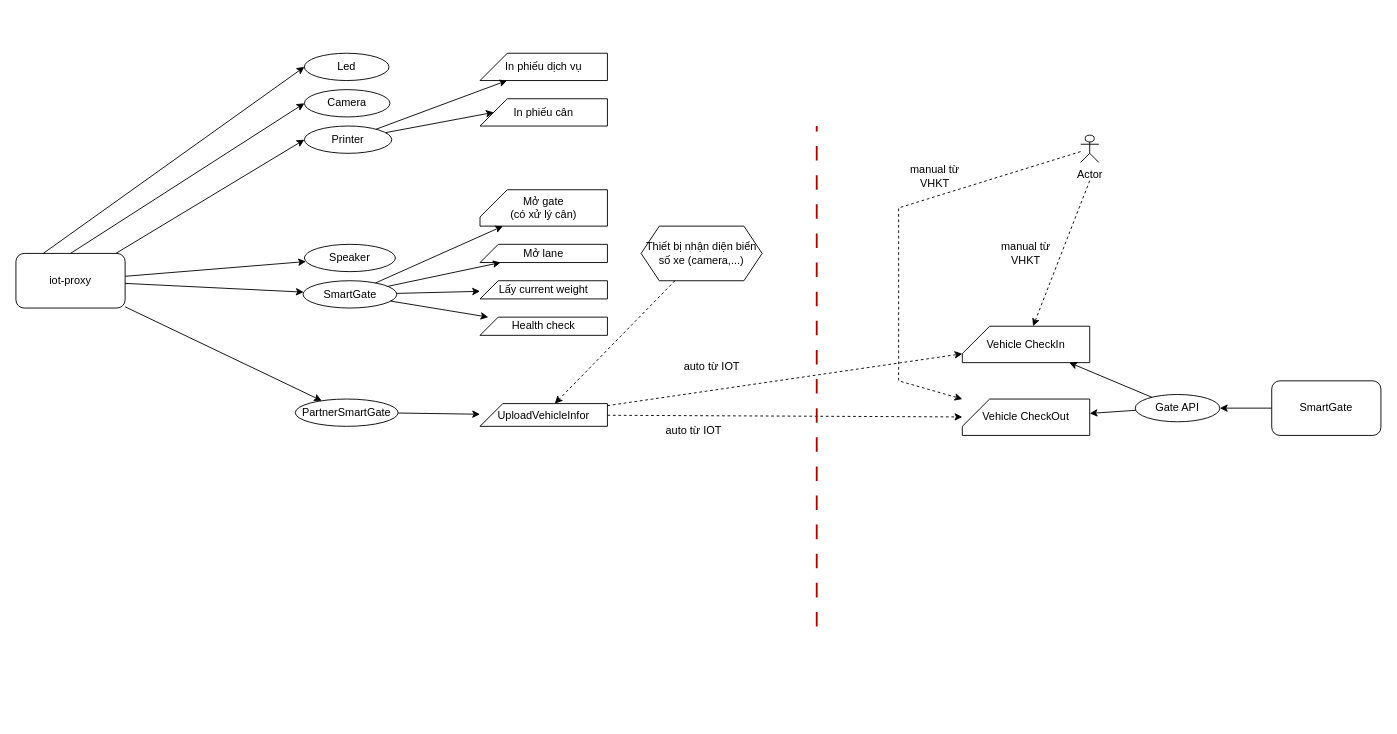
Before: SmartGate.drawio in hiep1097/drawio, a draw.io diagram. Source tidied: cells renumbered, new cells numbered last; positions are measured from the earlier drawing's top-left corner, leaving out a move shared by most shapes. Both pictures are drawn from the tidied source at 91%, with x=0, y=0 at pixel (15, 53).
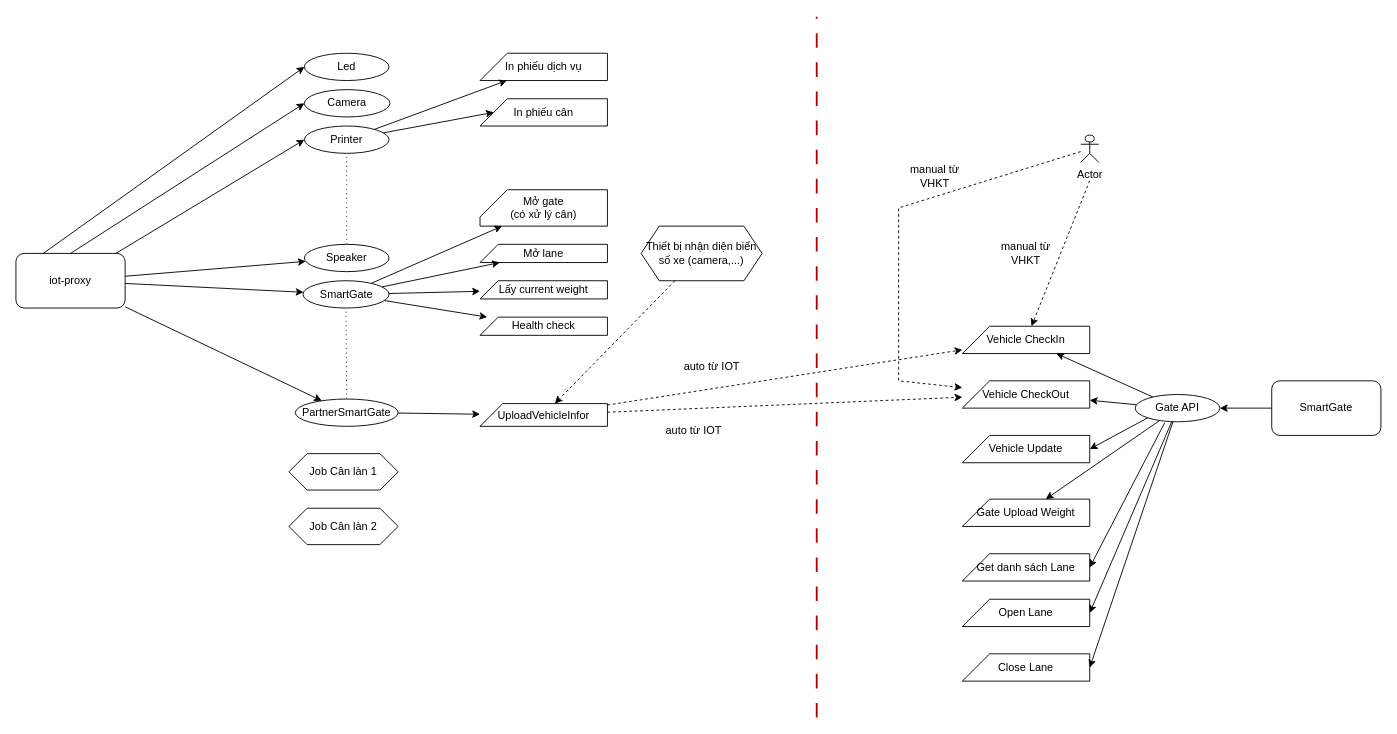
Above is the later version.

Commit message:
Cập nhật SmartGate.drawio

The change refers to these unchanged cells:
```xml
<mxCell id="21" value="Gate API" style="ellipse;whiteSpace=wrap;html=1;" parent="1" vertex="1">
  <mxGeometry x="1230" y="375" width="93" height="30" as="geometry" />
</mxCell>
<mxCell id="28" value="PartnerSmartGate" style="ellipse;whiteSpace=wrap;html=1;" parent="1" vertex="1">
  <mxGeometry x="307" y="380" width="113" height="30" as="geometry" />
</mxCell>
```

Change to the diagram source:
```diff
@@
     <mxCell id="3" value="Printer" style="ellipse;whiteSpace=wrap;html=1;" parent="1" vertex="1">
-      <mxGeometry x="317" y="80" width="96" height="30" as="geometry" />
+      <mxGeometry x="317" y="80" width="93" height="30" as="geometry" />
     </mxCell>
     <mxCell id="4" value="Speaker" style="ellipse;whiteSpace=wrap;html=1;" parent="1" vertex="1">
-      <mxGeometry x="317" y="210" width="100" height="30" as="geometry" />
+      <mxGeometry x="317" y="210" width="93" height="30" as="geometry" />
     </mxCell>
@@
     <mxCell id="6" value="SmartGate" style="ellipse;whiteSpace=wrap;html=1;" parent="1" vertex="1">
-      <mxGeometry x="315.5" y="250" width="103" height="30" as="geometry" />
+      <mxGeometry x="315.5" y="250" width="94.5" height="30" as="geometry" />
     </mxCell>
@@
     <mxCell id="22" value="Vehicle CheckIn" style="shape=card;whiteSpace=wrap;html=1;" parent="1" vertex="1">
-      <mxGeometry x="1040" y="300" width="140" height="40" as="geometry" />
+      <mxGeometry x="1040" y="300" width="140" height="30" as="geometry" />
     </mxCell>
     <mxCell id="23" value="Vehicle CheckOut" style="shape=card;whiteSpace=wrap;html=1;" parent="1" vertex="1">
-      <mxGeometry x="1040" y="380" width="140" height="40" as="geometry" />
+      <mxGeometry x="1040" y="360" width="140" height="30" as="geometry" />
     </mxCell>
@@
     <mxCell id="43" style="endArrow=none;html=1;rounded=0;dashed=1;dashPattern=8 8;strokeWidth=2;fillColor=#e51400;strokeColor=#B20000;" parent="1" edge="1">
       <mxGeometry relative="1" as="geometry">
-        <mxPoint x="880" y="630" as="sourcePoint" />
-        <mxPoint x="880" y="80" as="targetPoint" />
+        <mxPoint x="880" y="730" as="sourcePoint" />
+        <mxPoint x="880" y="-40" as="targetPoint" />
       </mxGeometry>
     </mxCell>
@@
+    <mxCell id="48" style="endArrow=none;dashed=1;html=1;rounded=0;exitX=0.5;exitY=0;exitDx=0;exitDy=0;dashPattern=1 4;" parent="1" edge="1" source="4" target="3">
+      <mxGeometry relative="1" as="geometry" />
+    </mxCell>
+    <mxCell id="49" style="endArrow=none;dashed=1;html=1;rounded=0;dashPattern=1 4;" parent="1" edge="1" source="28" target="6">
+      <mxGeometry relative="1" as="geometry" />
+    </mxCell>
+    <mxCell id="50" value="Job Cân làn 1" style="shape=hexagon;perimeter=hexagonPerimeter2;whiteSpace=wrap;html=1;fixedSize=1;" parent="1" vertex="1">
+      <mxGeometry x="300" y="440" width="120" height="40" as="geometry" />
+    </mxCell>
+    <mxCell id="51" value="Job Cân làn 2" style="shape=hexagon;perimeter=hexagonPerimeter2;whiteSpace=wrap;html=1;fixedSize=1;" parent="1" vertex="1">
+      <mxGeometry x="300" y="500" width="120" height="40" as="geometry" />
+    </mxCell>
+    <mxCell id="52" value="Gate Upload Weight" style="shape=card;whiteSpace=wrap;html=1;" parent="1" vertex="1">
+      <mxGeometry x="1040" y="490" width="140" height="30" as="geometry" />
+    </mxCell>
+    <mxCell id="53" value="Open Lane" style="shape=card;whiteSpace=wrap;html=1;" parent="1" vertex="1">
+      <mxGeometry x="1040" y="600" width="140" height="30" as="geometry" />
+    </mxCell>
+    <mxCell id="54" value="Close Lane" style="shape=card;whiteSpace=wrap;html=1;" parent="1" vertex="1">
+      <mxGeometry x="1040" y="660" width="140" height="30" as="geometry" />
+    </mxCell>
+    <mxCell id="55" value="Get danh sách Lane" style="shape=card;whiteSpace=wrap;html=1;" parent="1" vertex="1">
+      <mxGeometry x="1040" y="550" width="140" height="30" as="geometry" />
+    </mxCell>
+    <mxCell id="56" value="Vehicle Update" style="shape=card;whiteSpace=wrap;html=1;" parent="1" vertex="1">
+      <mxGeometry x="1040" y="420" width="140" height="30" as="geometry" />
+    </mxCell>
+    <mxCell id="57" style="endArrow=classic;html=1;rounded=0;" parent="1" edge="1" source="21" target="52">
+      <mxGeometry relative="1" as="geometry" />
+    </mxCell>
+    <mxCell id="58" style="endArrow=classic;html=1;rounded=0;entryX=1;entryY=0.5;entryDx=0;entryDy=0;entryPerimeter=0;" parent="1" edge="1" source="21" target="53">
+      <mxGeometry relative="1" as="geometry" />
+    </mxCell>
+    <mxCell id="59" style="endArrow=classic;html=1;rounded=0;entryX=1;entryY=0.5;entryDx=0;entryDy=0;entryPerimeter=0;" parent="1" edge="1" source="21" target="54">
+      <mxGeometry relative="1" as="geometry" />
+    </mxCell>
+    <mxCell id="60" style="endArrow=classic;html=1;rounded=0;entryX=1;entryY=0.5;entryDx=0;entryDy=0;entryPerimeter=0;exitX=0.348;exitY=1.033;exitDx=0;exitDy=0;exitPerimeter=0;" parent="1" edge="1" source="21" target="55">
+      <mxGeometry relative="1" as="geometry" />
+    </mxCell>
+    <mxCell id="61" style="endArrow=classic;html=1;rounded=0;entryX=1;entryY=0.5;entryDx=0;entryDy=0;entryPerimeter=0;exitX=0;exitY=1;exitDx=0;exitDy=0;" parent="1" edge="1" source="21" target="56">
+      <mxGeometry relative="1" as="geometry" />
+    </mxCell>
```
